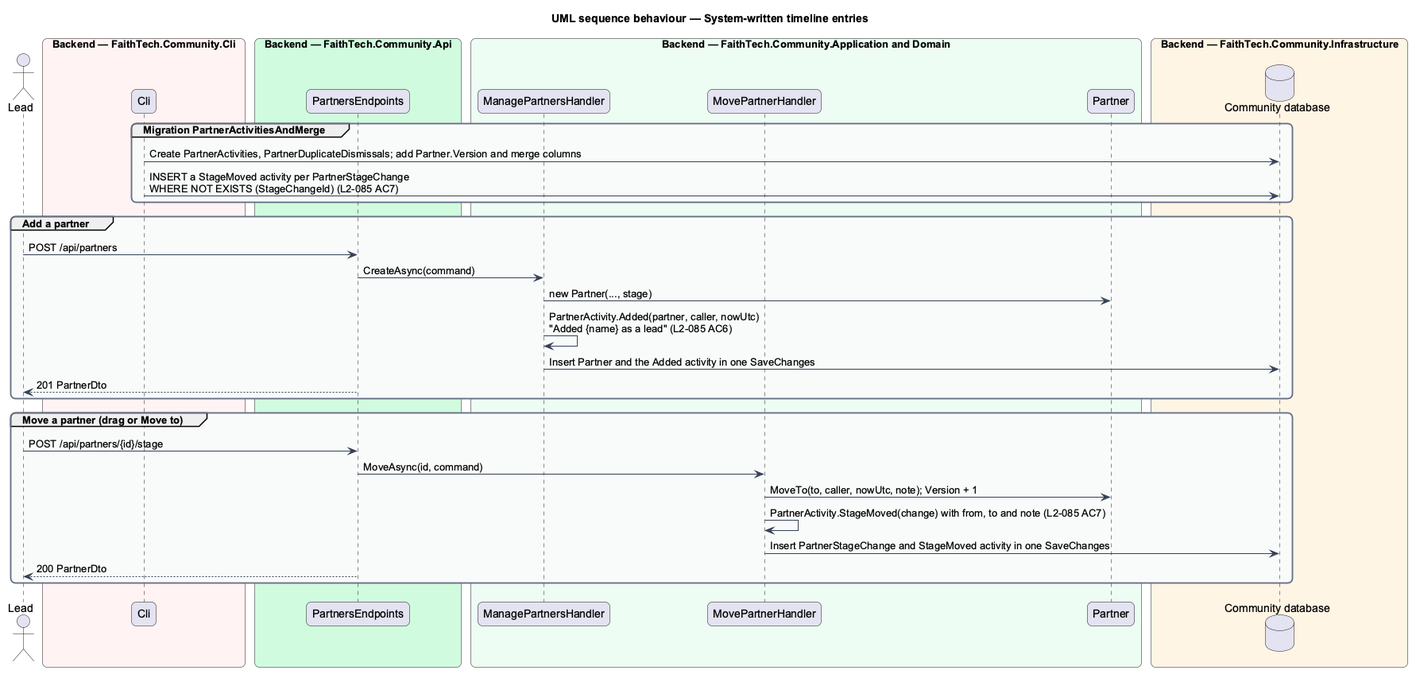
Earlier version of the PlantUML export docs/detailed-designs/partners/partner-activity-timeline/diagrams/sequence-system-entries.png (QuinntyneBrown/faithtech-community). Source of this version:
```plantuml
@startuml
title UML sequence behaviour — System-written timeline entries
skinparam backgroundColor #FFFFFF
skinparam shadowing false
skinparam roundcorner 12
skinparam defaultFontName Arial
skinparam ArrowColor #344054
skinparam rectangle {
  BorderColor #344054
  FontColor #101828
}
skinparam package {
  BorderColor #667085
  FontColor #101828
  BackgroundColor #F9FAFB
}
actor "Lead" as actor
box "Backend — FaithTech.Community.Cli" #FEF3F2
  participant "Cli" as cli
end box
box "Backend — FaithTech.Community.Api" #D1FADF
  participant "PartnersEndpoints" as ep
end box
box "Backend — FaithTech.Community.Application and Domain" #ECFDF3
  participant "ManagePartnersHandler" as mh
  participant "MovePartnerHandler" as mv
  participant "Partner" as ent
end box
box "Backend — FaithTech.Community.Infrastructure" #FFF4E5
  database "Community database" as db
end box
group Migration PartnerActivitiesAndMerge
  cli -> db : Create PartnerActivities, PartnerDuplicateDismissals; add Partner.Version and merge columns
  cli -> db : INSERT a StageMoved activity per PartnerStageChange\nWHERE NOT EXISTS (StageChangeId) (L2-085 AC7)
end
group Add a partner
  actor -> ep : POST /api/partners
  ep -> mh : CreateAsync(command)
  mh -> ent : new Partner(..., stage)
  mh -> mh : PartnerActivity.Added(partner, caller, nowUtc)\n"Added {name} as a lead" (L2-085 AC6)
  mh -> db : Insert Partner and the Added activity in one SaveChanges
  ep --> actor : 201 PartnerDto
end
group Move a partner (drag or Move to)
  actor -> ep : POST /api/partners/{id}/stage
  ep -> mv : MoveAsync(id, command)
  mv -> ent : MoveTo(to, caller, nowUtc, note); Version + 1
  mv -> mv : PartnerActivity.StageMoved(change) with from, to and note (L2-085 AC7)
  mv -> db : Insert PartnerStageChange and StageMoved activity in one SaveChanges
  ep --> actor : 200 PartnerDto
end
@enduml
```
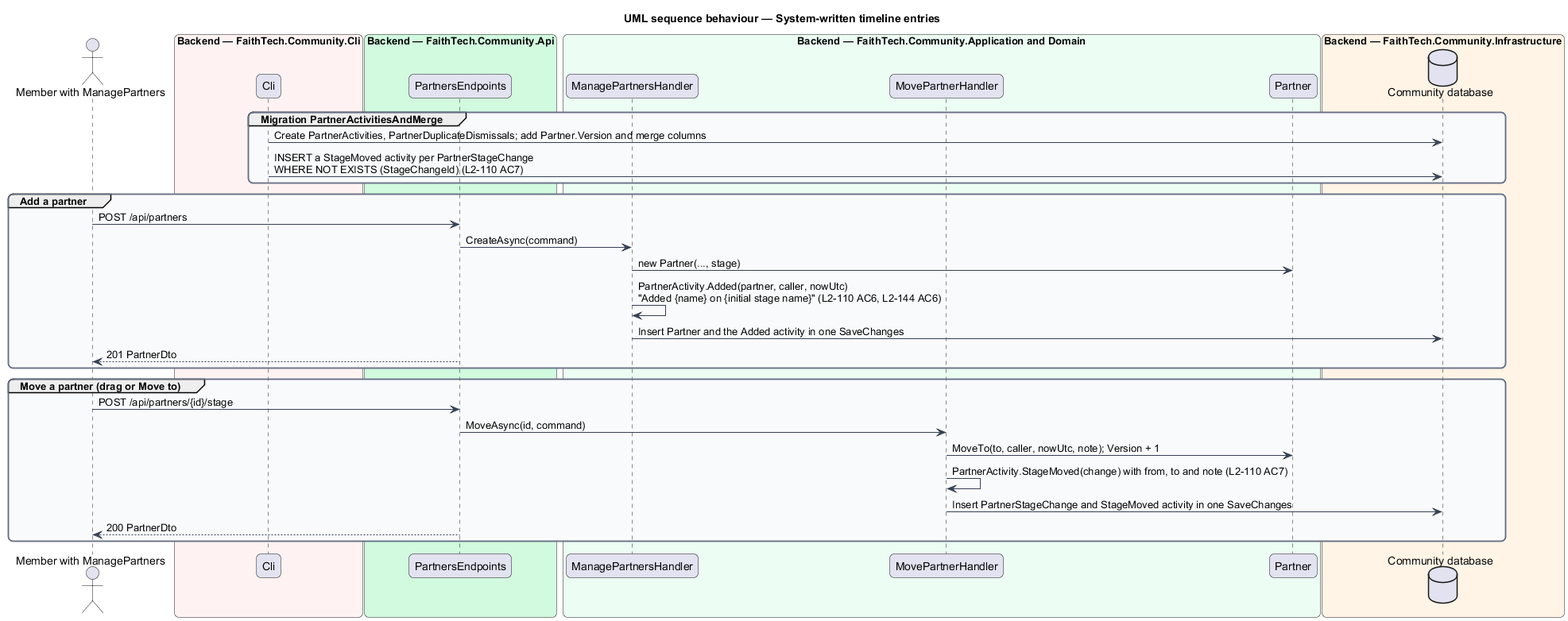
The same file after the commit.

Change to the diagram source:
```diff
@@ -14,7 +14,7 @@
   FontColor #101828
   BackgroundColor #F9FAFB
 }
-actor "Lead" as actor
+actor "Member with ManagePartners" as actor
 box "Backend — FaithTech.Community.Cli" #FEF3F2
   participant "Cli" as cli
 end box
@@ -31,13 +31,13 @@
 end box
 group Migration PartnerActivitiesAndMerge
   cli -> db : Create PartnerActivities, PartnerDuplicateDismissals; add Partner.Version and merge columns
-  cli -> db : INSERT a StageMoved activity per PartnerStageChange\nWHERE NOT EXISTS (StageChangeId) (L2-085 AC7)
+  cli -> db : INSERT a StageMoved activity per PartnerStageChange\nWHERE NOT EXISTS (StageChangeId) (L2-110 AC7)
 end
 group Add a partner
   actor -> ep : POST /api/partners
   ep -> mh : CreateAsync(command)
   mh -> ent : new Partner(..., stage)
-  mh -> mh : PartnerActivity.Added(partner, caller, nowUtc)\n"Added {name} as a lead" (L2-085 AC6)
+  mh -> mh : PartnerActivity.Added(partner, caller, nowUtc)\n"Added {name} on {initial stage name}" (L2-110 AC6, L2-144 AC6)
   mh -> db : Insert Partner and the Added activity in one SaveChanges
   ep --> actor : 201 PartnerDto
 end
@@ -45,7 +45,7 @@
   actor -> ep : POST /api/partners/{id}/stage
   ep -> mv : MoveAsync(id, command)
   mv -> ent : MoveTo(to, caller, nowUtc, note); Version + 1
-  mv -> mv : PartnerActivity.StageMoved(change) with from, to and note (L2-085 AC7)
+  mv -> mv : PartnerActivity.StageMoved(change) with from, to and note (L2-110 AC7)
   mv -> db : Insert PartnerStageChange and StageMoved activity in one SaveChanges
   ep --> actor : 200 PartnerDto
 end
```
